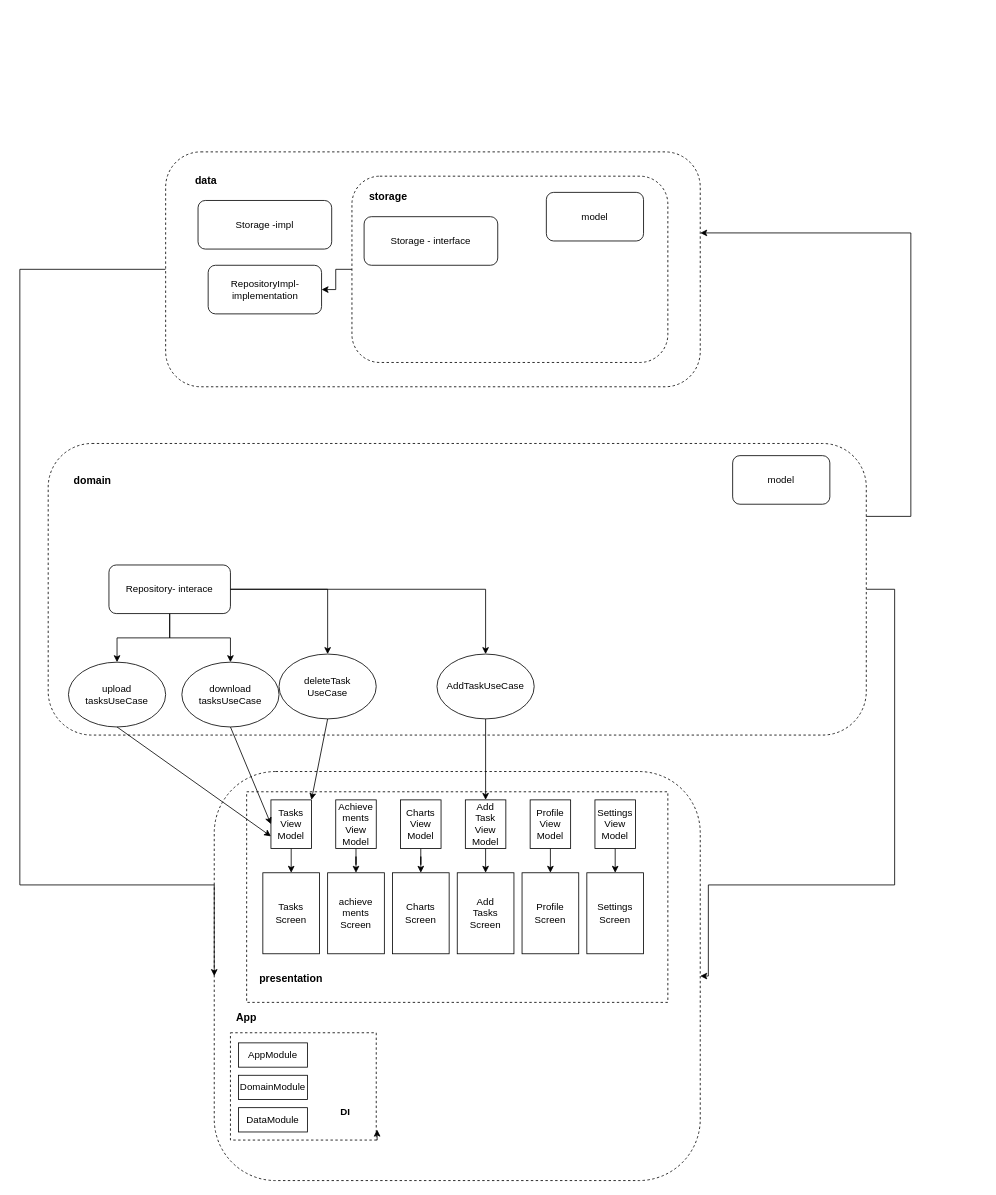
IP-115-Popov/Health keeps this draw.io diagram as UseCase.drawio. Above is the earlier version. Source tidied: cells renumbered, new cells numbered last; positions are measured from the earlier drawing's top-left corner, leaving out a move shared by most shapes. Both pictures are drawn from the tidied source at 81%, with x=0, y=0 at pixel (19, 151).
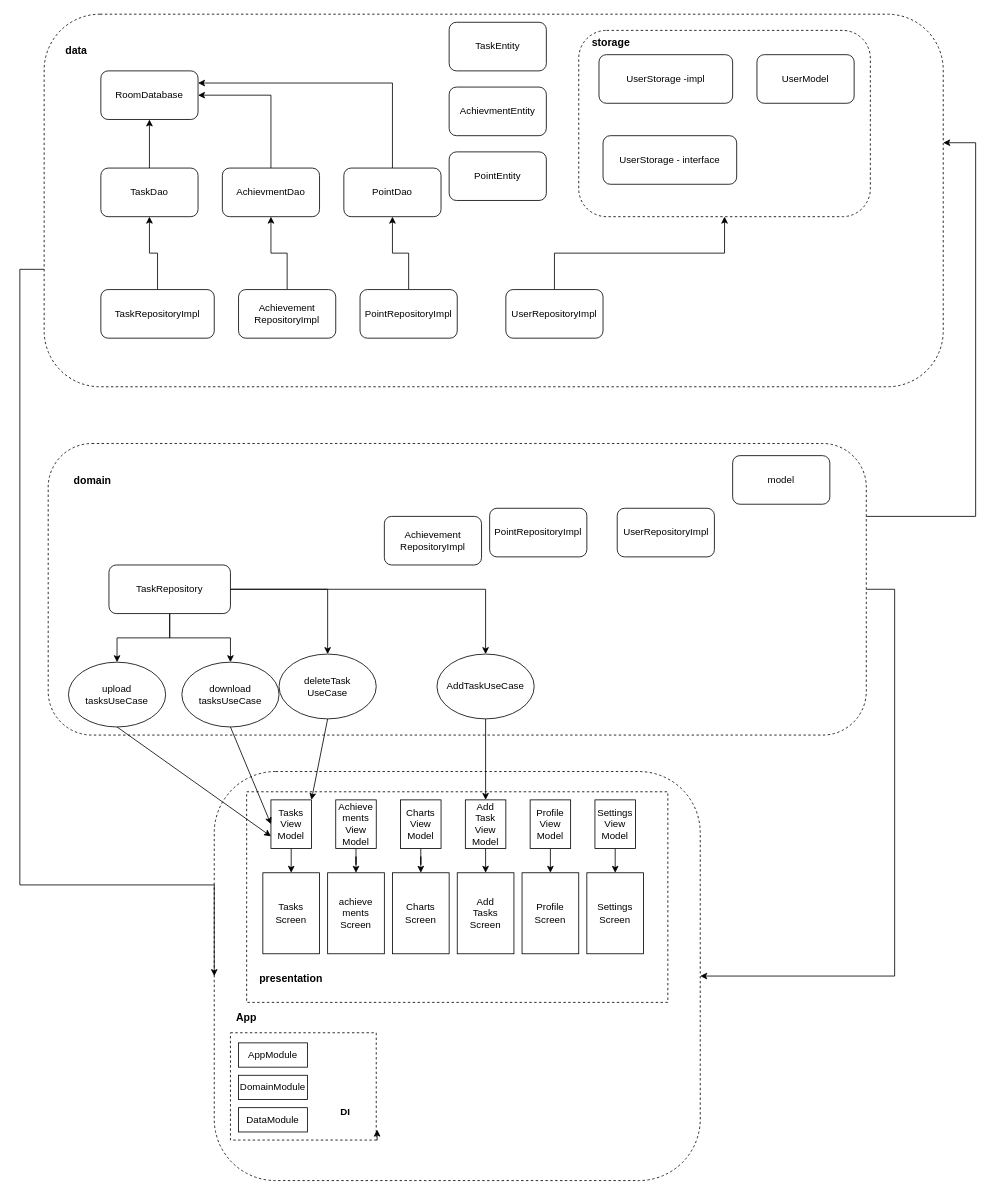
After the change.

The change refers to these unchanged cells:
```xml
<mxCell id="2" style="rounded=1;whiteSpace=wrap;html=1;dashed=1;" parent="1" vertex="1">
  <mxGeometry x="240" y="765" width="600" height="505" as="geometry" />
</mxCell>
<mxCell id="5" style="rounded=1;whiteSpace=wrap;html=1;dashed=1;" parent="1" vertex="1">
  <mxGeometry x="35" y="360" width="1010" height="360" as="geometry" />
</mxCell>
```

The edit, as a diff of the source:
```diff
@@
     <mxCell id="4" style="edgeStyle=orthogonalEdgeStyle;rounded=0;jettySize=auto;html=1;entryX=1;entryY=0.5;entryDx=0;entryDy=0;" parent="1" edge="1" source="5" target="2">
       <mxGeometry relative="1" as="geometry">
         <Array as="points">
           <mxPoint x="1080" y="540" />
-          <mxPoint x="1080" y="905" />
-          <mxPoint x="850" y="905" />
-          <mxPoint x="850" y="1018" />
+          <mxPoint x="1080" y="1018" />
         </Array>
       </mxGeometry>
     </mxCell>
@@
     <mxCell id="7" style="rounded=1;whiteSpace=wrap;html=1;dashed=1;" parent="1" vertex="1">
-      <mxGeometry x="180" width="660" height="290" as="geometry" />
+      <mxGeometry x="30" y="-170" width="1110" height="460" as="geometry" />
     </mxCell>
@@
     <mxCell id="12" value="data" style="text;html=1;strokeColor=none;fillColor=none;align=center;verticalAlign=middle;whiteSpace=wrap;rounded=0;fontStyle=1;fontSize=13;" parent="1" vertex="1">
-      <mxGeometry x="200" y="20" width="60" height="30" as="geometry" />
+      <mxGeometry x="40" y="-140" width="60" height="30" as="geometry" />
     </mxCell>
@@
-    <mxCell id="20" value="Repository- interace" style="rounded=1;whiteSpace=wrap;html=1;" parent="1" vertex="1">
+    <mxCell id="20" value="TaskRepository" style="rounded=1;whiteSpace=wrap;html=1;" parent="1" vertex="1">
       <mxGeometry x="110" y="510" width="150" height="60" as="geometry" />
     </mxCell>
@@
-    <mxCell id="22" value="RepositoryImpl-&lt;br&gt;implementation" style="rounded=1;whiteSpace=wrap;html=1;" parent="1" vertex="1">
-      <mxGeometry x="232.5" y="140" width="140" height="60" as="geometry" />
-    </mxCell>
-    <mxCell id="23" style="edgeStyle=orthogonalEdgeStyle;rounded=0;jettySize=auto;html=1;entryX=1;entryY=0.5;entryDx=0;entryDy=0;" parent="1" edge="1" source="24" target="22">
-      <mxGeometry relative="1" as="geometry" />
-    </mxCell>
     <mxCell id="24" style="rounded=1;whiteSpace=wrap;html=1;dashed=1;" parent="1" vertex="1">
-      <mxGeometry x="410" y="30" width="390" height="230" as="geometry" />
+      <mxGeometry x="690" y="-150" width="360" height="230" as="geometry" />
     </mxCell>
     <mxCell id="25" value="storage" style="text;html=1;strokeColor=none;fillColor=none;align=center;verticalAlign=middle;whiteSpace=wrap;rounded=0;fontStyle=1;fontSize=13;" parent="1" vertex="1">
-      <mxGeometry x="425" y="40" width="60" height="30" as="geometry" />
+      <mxGeometry x="700" y="-150" width="60" height="30" as="geometry" />
     </mxCell>
-    <mxCell id="26" value="Storage - interface" style="rounded=1;whiteSpace=wrap;html=1;" parent="1" vertex="1">
-      <mxGeometry x="425" y="80" width="165" height="60" as="geometry" />
+    <mxCell id="26" value="UserStorage - interface" style="rounded=1;whiteSpace=wrap;html=1;" parent="1" vertex="1">
+      <mxGeometry x="720" y="-20" width="165" height="60" as="geometry" />
     </mxCell>
-    <mxCell id="27" value="model" style="rounded=1;whiteSpace=wrap;html=1;" parent="1" vertex="1">
-      <mxGeometry x="650" y="50" width="120" height="60" as="geometry" />
+    <mxCell id="27" value="UserModel" style="rounded=1;whiteSpace=wrap;html=1;" parent="1" vertex="1">
+      <mxGeometry x="910" y="-120" width="120" height="60" as="geometry" />
     </mxCell>
-    <mxCell id="28" value="Storage -impl" style="rounded=1;whiteSpace=wrap;html=1;" parent="1" vertex="1">
-      <mxGeometry x="220" y="60" width="165" height="60" as="geometry" />
+    <mxCell id="28" value="UserStorage -impl" style="rounded=1;whiteSpace=wrap;html=1;" parent="1" vertex="1">
+      <mxGeometry x="715" y="-120" width="165" height="60" as="geometry" />
     </mxCell>
     <mxCell id="29" style="edgeStyle=orthogonalEdgeStyle;rounded=0;jettySize=auto;html=1;exitX=1;exitY=0.25;exitDx=0;exitDy=0;entryX=1;entryY=0.345;entryDx=0;entryDy=0;entryPerimeter=0;" parent="1" edge="1" source="5" target="7">
       <mxGeometry relative="1" as="geometry">
         <Array as="points">
-          <mxPoint x="1100" y="450" />
-          <mxPoint x="1100" y="100" />
+          <mxPoint x="1180" y="450" />
+          <mxPoint x="1180" y="-11" />
         </Array>
       </mxGeometry>
     </mxCell>
@@
+    <mxCell id="58" style="edgeStyle=orthogonalEdgeStyle;rounded=0;jettySize=auto;html=1;exitX=0.5;exitY=0;exitDx=0;exitDy=0;" parent="1" edge="1" source="59" target="68">
+      <mxGeometry relative="1" as="geometry" />
+    </mxCell>
+    <mxCell id="59" value="TaskRepositoryImpl" style="rounded=1;whiteSpace=wrap;html=1;" parent="1" vertex="1">
+      <mxGeometry x="100" y="170" width="140" height="60" as="geometry" />
+    </mxCell>
+    <mxCell id="60" style="edgeStyle=orthogonalEdgeStyle;rounded=0;jettySize=auto;html=1;" parent="1" edge="1" source="61" target="70">
+      <mxGeometry relative="1" as="geometry" />
+    </mxCell>
+    <mxCell id="61" value="&lt;div&gt;Achievement&lt;/div&gt;&lt;div&gt;R&lt;span style=&quot;background-color: initial;&quot;&gt;epositoryImpl&lt;/span&gt;&lt;/div&gt;" style="rounded=1;whiteSpace=wrap;html=1;" parent="1" vertex="1">
+      <mxGeometry x="270" y="170" width="120" height="60" as="geometry" />
+    </mxCell>
+    <mxCell id="62" style="edgeStyle=orthogonalEdgeStyle;rounded=0;jettySize=auto;html=1;exitX=0.5;exitY=0;exitDx=0;exitDy=0;" parent="1" edge="1" source="63" target="72">
+      <mxGeometry relative="1" as="geometry" />
+    </mxCell>
+    <mxCell id="63" value="PointRepositoryImpl" style="rounded=1;whiteSpace=wrap;html=1;" parent="1" vertex="1">
+      <mxGeometry x="420" y="170" width="120" height="60" as="geometry" />
+    </mxCell>
+    <mxCell id="64" style="edgeStyle=orthogonalEdgeStyle;rounded=0;jettySize=auto;html=1;exitX=0.5;exitY=0;exitDx=0;exitDy=0;" parent="1" edge="1" source="65" target="24">
+      <mxGeometry relative="1" as="geometry" />
+    </mxCell>
+    <mxCell id="65" value="UserRepositoryImpl" style="rounded=1;whiteSpace=wrap;html=1;" parent="1" vertex="1">
+      <mxGeometry x="600" y="170" width="120" height="60" as="geometry" />
+    </mxCell>
+    <mxCell id="66" value="RoomDatabase" style="rounded=1;whiteSpace=wrap;html=1;" parent="1" vertex="1">
+      <mxGeometry x="100" y="-100" width="120" height="60" as="geometry" />
+    </mxCell>
+    <mxCell id="67" style="edgeStyle=orthogonalEdgeStyle;rounded=0;jettySize=auto;html=1;exitX=0.5;exitY=0;exitDx=0;exitDy=0;" parent="1" edge="1" source="68" target="66">
+      <mxGeometry relative="1" as="geometry" />
+    </mxCell>
+    <mxCell id="68" value="TaskDao" style="rounded=1;whiteSpace=wrap;html=1;" parent="1" vertex="1">
+      <mxGeometry x="100" y="20" width="120" height="60" as="geometry" />
+    </mxCell>
+    <mxCell id="69" style="edgeStyle=orthogonalEdgeStyle;rounded=0;jettySize=auto;html=1;exitX=0.5;exitY=0;exitDx=0;exitDy=0;entryX=1;entryY=0.5;entryDx=0;entryDy=0;" parent="1" edge="1" source="70" target="66">
+      <mxGeometry relative="1" as="geometry" />
+    </mxCell>
+    <mxCell id="70" value="AchievmentDao" style="rounded=1;whiteSpace=wrap;html=1;" parent="1" vertex="1">
+      <mxGeometry x="250" y="20" width="120" height="60" as="geometry" />
+    </mxCell>
+    <mxCell id="71" style="edgeStyle=orthogonalEdgeStyle;rounded=0;jettySize=auto;html=1;exitX=0.5;exitY=0;exitDx=0;exitDy=0;entryX=1;entryY=0.25;entryDx=0;entryDy=0;" parent="1" edge="1" source="72" target="66">
+      <mxGeometry relative="1" as="geometry" />
+    </mxCell>
+    <mxCell id="72" value="PointDao" style="rounded=1;whiteSpace=wrap;html=1;" parent="1" vertex="1">
+      <mxGeometry x="400" y="20" width="120" height="60" as="geometry" />
+    </mxCell>
+    <mxCell id="73" value="TaskEntity" style="rounded=1;whiteSpace=wrap;html=1;" parent="1" vertex="1">
+      <mxGeometry x="530" y="-160" width="120" height="60" as="geometry" />
+    </mxCell>
+    <mxCell id="74" value="AchievmentEntity" style="rounded=1;whiteSpace=wrap;html=1;" parent="1" vertex="1">
+      <mxGeometry x="530" y="-80" width="120" height="60" as="geometry" />
+    </mxCell>
+    <mxCell id="75" value="PointEntity" style="rounded=1;whiteSpace=wrap;html=1;" parent="1" vertex="1">
+      <mxGeometry x="530" width="120" height="60" as="geometry" />
+    </mxCell>
+    <mxCell id="76" value="&lt;div&gt;Achievement&lt;/div&gt;&lt;div&gt;R&lt;span style=&quot;background-color: initial;&quot;&gt;epositoryImpl&lt;/span&gt;&lt;/div&gt;" style="rounded=1;whiteSpace=wrap;html=1;" parent="1" vertex="1">
+      <mxGeometry x="450" y="450" width="120" height="60" as="geometry" />
+    </mxCell>
+    <mxCell id="77" value="PointRepositoryImpl" style="rounded=1;whiteSpace=wrap;html=1;" parent="1" vertex="1">
+      <mxGeometry x="580" y="440" width="120" height="60" as="geometry" />
+    </mxCell>
+    <mxCell id="78" value="UserRepositoryImpl" style="rounded=1;whiteSpace=wrap;html=1;" parent="1" vertex="1">
+      <mxGeometry x="737.5" y="440" width="120" height="60" as="geometry" />
+    </mxCell>
```
